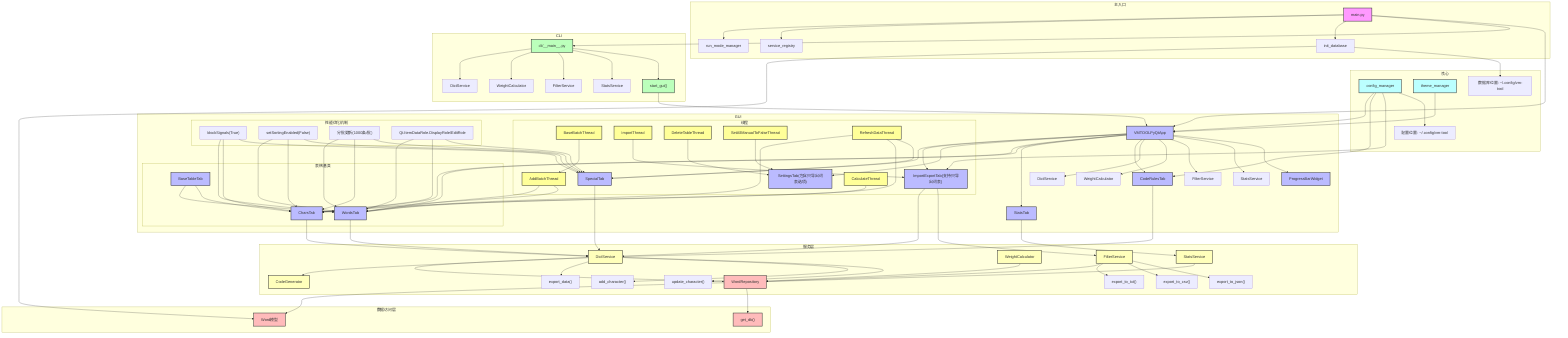
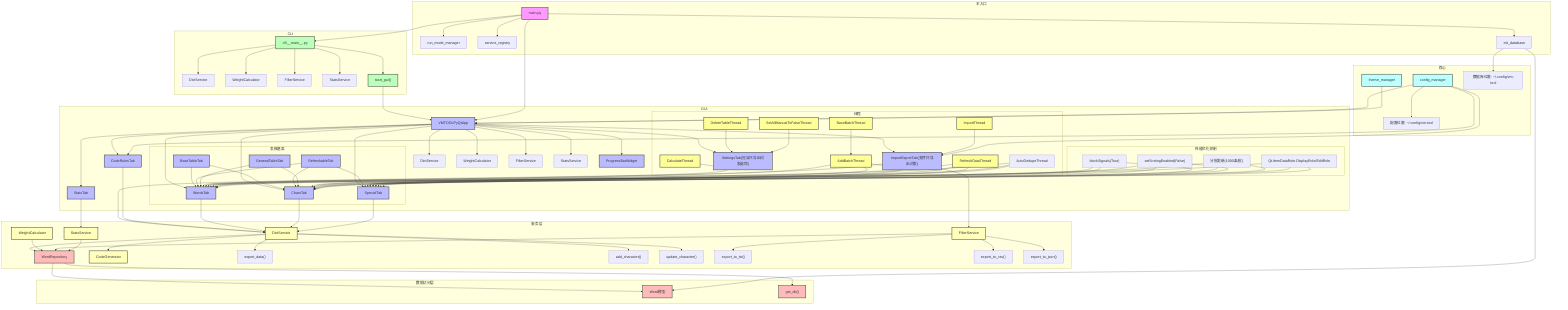
flowchart TD
    subgraph 主入口
        main["main.py"] --> run_mode["run_mode_manager"]
        main --> service_registry["service_registry"]
        main --> init_db["init_database"]
    end

    subgraph GUI
        VMTOOLPyQtApp["VMTOOLPyQtApp"] --> CharsTab["CharsTab"]
        VMTOOLPyQtApp --> SpecialTab["SpecialTab"]
        VMTOOLPyQtApp --> WordsTab["WordsTab"]
        VMTOOLPyQtApp --> StatsTab["StatsTab"]
        VMTOOLPyQtApp --> ImportExportTab["ImportExportTab(支持只导出词表)"]
        VMTOOLPyQtApp --> CodeRulesTab["CodeRulesTab"]
        VMTOOLPyQtApp --> SettingsTab["SettingsTab(包含只导出词表选项)"]
        VMTOOLPyQtApp --> DictService_GUI["DictService"]
        VMTOOLPyQtApp --> WeightCalculator_GUI["WeightCalculator"]
        VMTOOLPyQtApp --> FilterService_GUI["FilterService"]
        VMTOOLPyQtApp --> StatsService_GUI["StatsService"]
        VMTOOLPyQtApp --> ProgressBarWidget["ProgressBarWidget"]

        subgraph 表格基类
            BaseTableTab["BaseTableTab"] --> WordsTab
            BaseTableTab --> CharsTab
+             RefreshableTab["RefreshableTab"] --> WordsTab
+             RefreshableTab --> CharsTab
+             RefreshableTab --> SpecialTab
+             GeneralTableTab["GeneralTableTab"] --> WordsTab
+             GeneralTableTab --> CharsTab
        end

        subgraph 线程
            BaseBatchThread["BaseBatchThread"] --> AddBatchThread["AddBatchThread"]
            AddBatchThread --> WordsTab
            AddBatchThread --> CharsTab
+             AddBatchThread --> SpecialTab
            ImportThread["ImportThread"] --> ImportExportTab
            CalculateThread["CalculateThread"] --> WordsTab
            DeleteTableThread["DeleteTableThread"] --> SettingsTab
            SetAllManualToFalseThread["SetAllManualToFalseThread"] --> SettingsTab
            RefreshDataThread["RefreshDataThread"] --> WordsTab
            RefreshDataThread --> CharsTab
            RefreshDataThread --> SpecialTab
+             AutoDedupeThread["AutoDedupeThread"] --> WordsTab
+             AutoDedupeThread --> CharsTab
+             AutoDedupeThread --> SpecialTab
        end

        subgraph 性能优化机制
            BlockSignals["blockSignals(True)"] --> WordsTab
            BlockSignals --> CharsTab
            BlockSignals --> SpecialTab
            DisableSorting["setSortingEnabled(False)"] --> WordsTab
            DisableSorting --> CharsTab
            DisableSorting --> SpecialTab
            BatchUpdate["分批更新(1000条/批)"] --> WordsTab
            BatchUpdate --> CharsTab
            BatchUpdate --> SpecialTab
            DataRole["Qt.ItemDataRole.DisplayRole/EditRole"] --> WordsTab
            DataRole --> CharsTab
            DataRole --> SpecialTab
        end
    end

    subgraph CLI
        CLI_Main["cli/__main__.py"] --> DictService_CLI["DictService"]
        CLI_Main --> WeightCalculator_CLI["WeightCalculator"]
        CLI_Main --> FilterService_CLI["FilterService"]
        CLI_Main --> StatsService_CLI["StatsService"]
        CLI_Main --> start_gui["start_gui()"]
        start_gui --> VMTOOLPyQtApp
    end

    subgraph 服务层
        DictService["DictService"] --> WordRepository["WordRepository"]
        DictService --> CodeGenerator["CodeGenerator"]
        DictService --> export_data["export_data()"]
        DictService --> add_character["add_character()"]
        DictService --> update_character["update_character()"]
        WeightCalculator["WeightCalculator"] --> WordRepository
        FilterService["FilterService"] --> WordRepository
        FilterService --> export_to_txt["export_to_txt()"]
        FilterService --> export_to_csv["export_to_csv()"]
        FilterService --> export_to_json["export_to_json()"]
        StatsService["StatsService"] --> WordRepository
    end

    subgraph 数据访问层
        WordRepository --> Word["Word模型"]
        WordRepository --> get_db["get_db()"]
        init_db --> Word
    end

    subgraph 核心
        config_manager["config_manager"] --> VMTOOLPyQtApp
        config_manager --> CodeRulesTab
        config_manager --> ImportExportTab
        theme_manager["theme_manager"] --> VMTOOLPyQtApp
        config_manager --> config_location["配置位置: ~/.config/vm-tool"]
        init_db --> db_location["数据库位置: ~/.config/vm-tool"]
    end

    main --> CLI_Main
    main --> VMTOOLPyQtApp
    ImportExportTab --> DictService
    ImportExportTab --> FilterService
    CodeRulesTab --> DictService
    WordsTab --> DictService
    CharsTab --> DictService
    SpecialTab --> DictService
    StatsTab --> StatsService

    classDef main fill:#f9f,stroke:#333,stroke-width:2px;
    classDef gui fill:#bbf,stroke:#333,stroke-width:2px;
    classDef cli fill:#bfb,stroke:#333,stroke-width:2px;
    classDef service fill:#ffb,stroke:#333,stroke-width:2px;
    classDef dal fill:#fbb,stroke:#333,stroke-width:2px;
    classDef core fill:#bff,stroke:#333,stroke-width:2px;
    classDef thread fill:#ff9,stroke:#333,stroke-width:2px;

    class main main;
-     class VMTOOLPyQtApp,CharsTab,SpecialTab,WordsTab,StatsTab,ImportExportTab,CodeRulesTab,SettingsTab,BaseTableTab,ProgressBarWidget gui;
+     class VMTOOLPyQtApp,CharsTab,SpecialTab,WordsTab,StatsTab,ImportExportTab,CodeRulesTab,SettingsTab,BaseTableTab,GeneralTableTab,RefreshableTab,ProgressBarWidget gui;
    class CLI_Main,start_gui cli;
    class DictService,WeightCalculator,FilterService,StatsService,CodeGenerator service;
    class WordRepository,Word,get_db dal;
    class config_manager,theme_manager core;
    class BaseBatchThread,AddBatchThread,ImportThread,CalculateThread,DeleteTableThread,SetAllManualToFalseThread,RefreshDataThread thread;